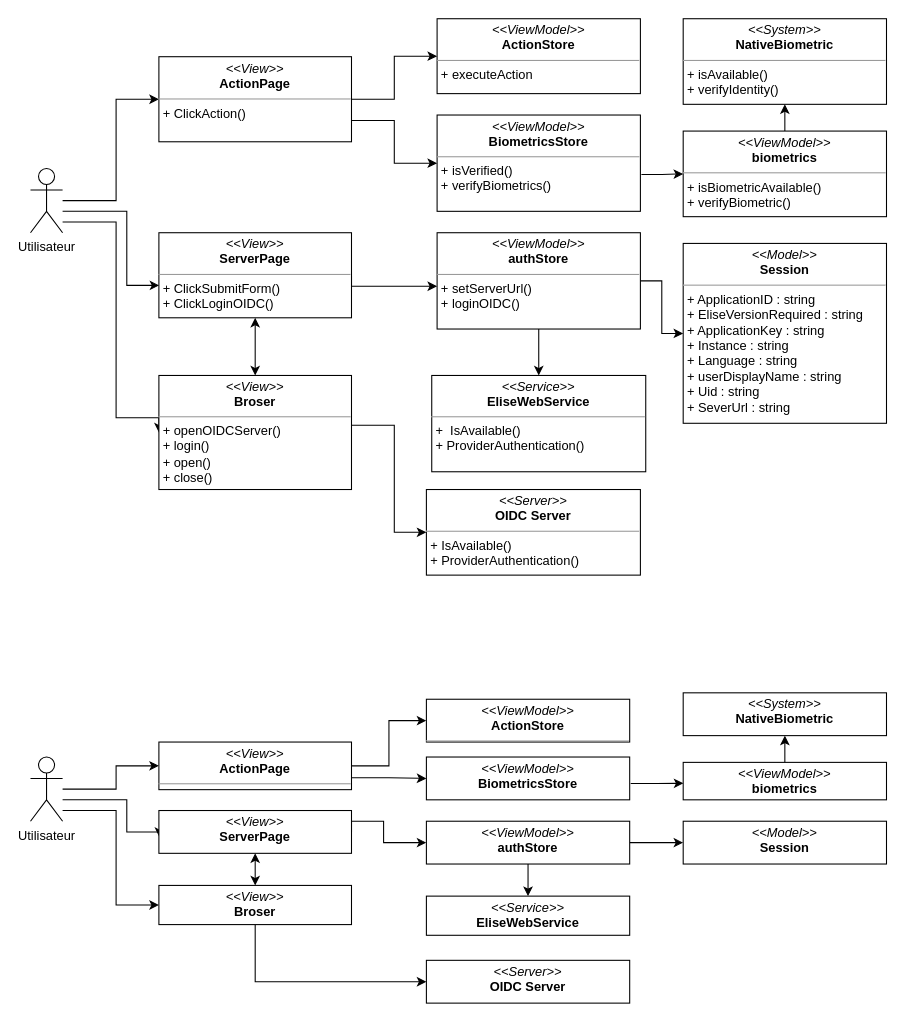
PFE-Neoledge-2023/rapport keeps this draw.io diagram as dccSprint5.drawio. Above is the earlier version. Source tidied: cells renumbered, new cells numbered last; positions are measured from the earlier drawing's top-left corner, leaving out a move shared by most shapes. Both pictures are drawn from the tidied source at 107%, with x=0, y=0 at pixel (30, 18).
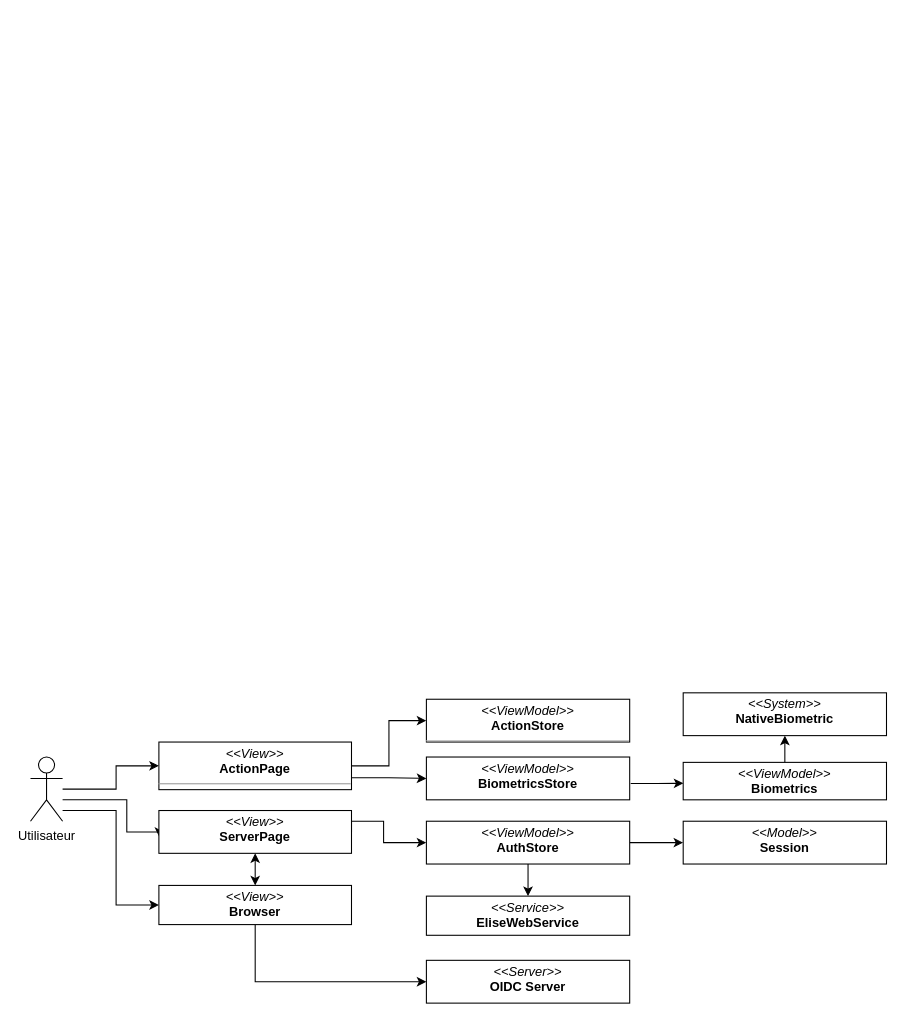
Above is the later version.

The edit, as a diff of the source:
```diff
@@
-    <mxCell id="2" style="edgeStyle=orthogonalEdgeStyle;rounded=0;jettySize=auto;html=1;entryX=0.002;entryY=0.619;entryDx=0;entryDy=0;entryPerimeter=0;" parent="1" edge="1" source="5" target="8">
-      <mxGeometry relative="1" as="geometry">
-        <Array as="points">
-          <mxPoint x="90" y="180" />
-          <mxPoint x="90" y="250" />
-          <mxPoint x="120" y="250" />
-        </Array>
-      </mxGeometry>
-    </mxCell>
-    <mxCell id="3" style="edgeStyle=orthogonalEdgeStyle;html=1;entryX=0;entryY=0.5;entryDx=0;entryDy=0;rounded=0;" parent="1" edge="1" source="5" target="16">
-      <mxGeometry relative="1" as="geometry">
-        <Array as="points">
-          <mxPoint x="80" y="170" />
-          <mxPoint x="80" y="75" />
-        </Array>
-      </mxGeometry>
-    </mxCell>
-    <mxCell id="4" style="edgeStyle=orthogonalEdgeStyle;rounded=0;html=1;entryX=0;entryY=0.5;entryDx=0;entryDy=0;" parent="1" edge="1" source="5" target="24">
-      <mxGeometry relative="1" as="geometry">
-        <Array as="points">
-          <mxPoint x="80" y="190" />
-          <mxPoint x="80" y="373" />
-        </Array>
-      </mxGeometry>
-    </mxCell>
-    <mxCell id="5" value="Utilisateur" style="shape=umlActor;verticalLabelPosition=bottom;verticalAlign=top;html=1;outlineConnect=0;" parent="1" vertex="1">
-      <mxGeometry y="140" width="30" height="60" as="geometry" />
-    </mxCell>
-    <mxCell id="6" style="edgeStyle=orthogonalEdgeStyle;html=1;exitX=1;exitY=0.5;exitDx=0;exitDy=0;startArrow=none;startFill=0;endArrow=classic;endFill=1;rounded=0;" parent="1" edge="1" source="8" target="10">
-      <mxGeometry relative="1" as="geometry">
-        <Array as="points">
-          <mxPoint x="300" y="250" />
-        </Array>
-      </mxGeometry>
-    </mxCell>
-    <mxCell id="7" style="edgeStyle=orthogonalEdgeStyle;rounded=0;html=1;entryX=0.5;entryY=0;entryDx=0;entryDy=0;startArrow=classic;startFill=1;" parent="1" edge="1" source="8" target="24">
-      <mxGeometry relative="1" as="geometry" />
-    </mxCell>
-    <mxCell id="8" value="&lt;p style=&quot;margin:0px;margin-top:4px;text-align:center;&quot;&gt;&lt;i&gt;&amp;lt;&amp;lt;View&amp;gt;&amp;gt;&lt;/i&gt;&lt;br&gt;&lt;b&gt;ServerPage&lt;/b&gt;&lt;/p&gt;&lt;hr style=&quot;border-color: var(--border-color);&quot; size=&quot;1&quot;&gt;&lt;p style=&quot;border-color: var(--border-color); margin: 0px 0px 0px 4px;&quot;&gt;+ ClickSubmitForm()&lt;br&gt;&lt;/p&gt;&lt;p style=&quot;border-color: var(--border-color); margin: 0px 0px 0px 4px;&quot;&gt;+ ClickLoginOIDC()&lt;/p&gt;&lt;p style=&quot;border-color: var(--border-color); margin: 0px 0px 0px 4px;&quot;&gt;&lt;br&gt;&lt;/p&gt;&lt;p style=&quot;border-color: var(--border-color); margin: 0px 0px 0px 4px;&quot;&gt;&lt;br&gt;&lt;/p&gt;" style="verticalAlign=top;align=left;overflow=fill;fontSize=12;fontFamily=Helvetica;html=1;whiteSpace=wrap;" parent="1" vertex="1">
-      <mxGeometry x="120" y="200" width="180" height="79.5" as="geometry" />
-    </mxCell>
-    <mxCell id="9" style="edgeStyle=orthogonalEdgeStyle;rounded=0;jettySize=auto;html=1;startArrow=none;startFill=0;endArrow=classic;endFill=1;" parent="1" edge="1" source="10" target="11">
-      <mxGeometry relative="1" as="geometry" />
-    </mxCell>
-    <mxCell id="10" value="&lt;p style=&quot;margin:0px;margin-top:4px;text-align:center;&quot;&gt;&lt;i&gt;&amp;lt;&amp;lt;ViewModel&amp;gt;&amp;gt;&lt;/i&gt;&lt;br&gt;&lt;b&gt;authStore&lt;/b&gt;&lt;/p&gt;&lt;hr size=&quot;1&quot;&gt;&lt;p style=&quot;margin:0px;margin-left:4px;&quot;&gt;&lt;/p&gt;&lt;p style=&quot;margin:0px;margin-left:4px;&quot;&gt;+ setServerUrl()&lt;/p&gt;&lt;p style=&quot;margin:0px;margin-left:4px;&quot;&gt;+ loginOIDC()&lt;/p&gt;" style="verticalAlign=top;align=left;overflow=fill;fontSize=12;fontFamily=Helvetica;html=1;whiteSpace=wrap;" parent="1" vertex="1">
-      <mxGeometry x="380" y="200" width="190" height="90" as="geometry" />
-    </mxCell>
-    <mxCell id="11" value="&lt;p style=&quot;margin:0px;margin-top:4px;text-align:center;&quot;&gt;&lt;i&gt;&amp;lt;&amp;lt;Model&amp;gt;&amp;gt;&lt;/i&gt;&lt;br&gt;&lt;b&gt;Session&lt;/b&gt;&lt;/p&gt;&lt;hr size=&quot;1&quot;&gt;&lt;p style=&quot;margin:0px;margin-left:4px;&quot;&gt;+ ApplicationID : string&amp;nbsp;&lt;/p&gt;&lt;p style=&quot;margin:0px;margin-left:4px;&quot;&gt;+ EliseVersionRequired : string&lt;/p&gt;&lt;p style=&quot;margin:0px;margin-left:4px;&quot;&gt;+ ApplicationKey : string&lt;/p&gt;&lt;p style=&quot;margin:0px;margin-left:4px;&quot;&gt;+ Instance : string&lt;/p&gt;&lt;p style=&quot;margin:0px;margin-left:4px;&quot;&gt;+ Language : string&lt;/p&gt;&lt;p style=&quot;margin:0px;margin-left:4px;&quot;&gt;+ userDisplayName : string&lt;/p&gt;&lt;p style=&quot;margin:0px;margin-left:4px;&quot;&gt;+ Uid : string&lt;/p&gt;&lt;p style=&quot;margin:0px;margin-left:4px;&quot;&gt;+ SeverUrl : string&amp;nbsp;&amp;nbsp;&lt;/p&gt;&lt;p style=&quot;margin:0px;margin-left:4px;&quot;&gt;&lt;br&gt;&lt;/p&gt;" style="verticalAlign=top;align=left;overflow=fill;fontSize=12;fontFamily=Helvetica;html=1;whiteSpace=wrap;" parent="1" vertex="1">
-      <mxGeometry x="610" y="210" width="190" height="168.1" as="geometry" />
-    </mxCell>
-    <mxCell id="12" style="edgeStyle=orthogonalEdgeStyle;rounded=0;jettySize=auto;html=1;entryX=0.5;entryY=1;entryDx=0;entryDy=0;startArrow=classic;startFill=1;endArrow=none;endFill=0;" parent="1" edge="1" source="13" target="10">
-      <mxGeometry relative="1" as="geometry" />
-    </mxCell>
-    <mxCell id="13" value="&lt;p style=&quot;margin:0px;margin-top:4px;text-align:center;&quot;&gt;&lt;i&gt;&amp;lt;&amp;lt;Service&amp;gt;&amp;gt;&lt;/i&gt;&lt;br&gt;&lt;b&gt;EliseWebService&lt;/b&gt;&lt;/p&gt;&lt;hr size=&quot;1&quot;&gt;&lt;p style=&quot;margin:0px;margin-left:4px;&quot;&gt;&lt;/p&gt;&lt;p style=&quot;margin:0px;margin-left:4px;&quot;&gt;+&amp;nbsp; IsAvailable()&lt;/p&gt;&lt;p style=&quot;margin:0px;margin-left:4px;&quot;&gt;+ ProviderAuthentication()&lt;/p&gt;" style="verticalAlign=top;align=left;overflow=fill;fontSize=12;fontFamily=Helvetica;html=1;whiteSpace=wrap;" parent="1" vertex="1">
-      <mxGeometry x="375" y="333.4" width="200" height="90" as="geometry" />
-    </mxCell>
-    <mxCell id="14" style="edgeStyle=orthogonalEdgeStyle;html=1;exitX=1;exitY=0.5;exitDx=0;exitDy=0;entryX=0;entryY=0.5;entryDx=0;entryDy=0;rounded=0;" parent="1" edge="1" source="16" target="17">
-      <mxGeometry relative="1" as="geometry" />
-    </mxCell>
-    <mxCell id="15" style="edgeStyle=orthogonalEdgeStyle;html=1;entryX=0;entryY=0.5;entryDx=0;entryDy=0;exitX=1;exitY=0.75;exitDx=0;exitDy=0;rounded=0;" parent="1" edge="1" source="16" target="19">
-      <mxGeometry relative="1" as="geometry" />
-    </mxCell>
-    <mxCell id="16" value="&lt;p style=&quot;margin:0px;margin-top:4px;text-align:center;&quot;&gt;&lt;i&gt;&amp;lt;&amp;lt;View&amp;gt;&amp;gt;&lt;/i&gt;&lt;br&gt;&lt;b&gt;ActionPage&lt;/b&gt;&lt;/p&gt;&lt;hr style=&quot;border-color: var(--border-color);&quot; size=&quot;1&quot;&gt;&lt;p style=&quot;border-color: var(--border-color); margin: 0px 0px 0px 4px;&quot;&gt;+ ClickAction()&lt;/p&gt;" style="verticalAlign=top;align=left;overflow=fill;fontSize=12;fontFamily=Helvetica;html=1;whiteSpace=wrap;" parent="1" vertex="1">
-      <mxGeometry x="120" y="35.5" width="180" height="79.5" as="geometry" />
-    </mxCell>
-    <mxCell id="17" value="&lt;p style=&quot;margin:0px;margin-top:4px;text-align:center;&quot;&gt;&lt;i&gt;&amp;lt;&amp;lt;ViewModel&amp;gt;&amp;gt;&lt;/i&gt;&lt;br&gt;&lt;b&gt;ActionStore&lt;/b&gt;&lt;/p&gt;&lt;hr size=&quot;1&quot;&gt;&lt;p style=&quot;margin:0px;margin-left:4px;&quot;&gt;&lt;/p&gt;&lt;p style=&quot;margin:0px;margin-left:4px;&quot;&gt;+ executeAction&lt;/p&gt;" style="verticalAlign=top;align=left;overflow=fill;fontSize=12;fontFamily=Helvetica;html=1;whiteSpace=wrap;" parent="1" vertex="1">
-      <mxGeometry x="380" width="190" height="70" as="geometry" />
-    </mxCell>
-    <mxCell id="18" style="edgeStyle=orthogonalEdgeStyle;rounded=0;html=1;entryX=0;entryY=0.5;entryDx=0;entryDy=0;exitX=1.005;exitY=0.617;exitDx=0;exitDy=0;exitPerimeter=0;" parent="1" edge="1" source="19" target="21">
-      <mxGeometry relative="1" as="geometry" />
-    </mxCell>
-    <mxCell id="19" value="&lt;p style=&quot;margin:0px;margin-top:4px;text-align:center;&quot;&gt;&lt;i&gt;&amp;lt;&amp;lt;ViewModel&amp;gt;&amp;gt;&lt;/i&gt;&lt;br&gt;&lt;b&gt;BiometricsStore&lt;/b&gt;&lt;/p&gt;&lt;hr size=&quot;1&quot;&gt;&lt;p style=&quot;margin:0px;margin-left:4px;&quot;&gt;&lt;/p&gt;&lt;p style=&quot;margin:0px;margin-left:4px;&quot;&gt;+ isVerified()&lt;/p&gt;&lt;p style=&quot;margin:0px;margin-left:4px;&quot;&gt;+ verifyBiometrics()&lt;/p&gt;" style="verticalAlign=top;align=left;overflow=fill;fontSize=12;fontFamily=Helvetica;html=1;whiteSpace=wrap;" parent="1" vertex="1">
-      <mxGeometry x="380" y="90" width="190" height="90" as="geometry" />
-    </mxCell>
-    <mxCell id="20" style="edgeStyle=orthogonalEdgeStyle;rounded=0;html=1;entryX=0.5;entryY=1;entryDx=0;entryDy=0;" parent="1" edge="1" source="21" target="22">
-      <mxGeometry relative="1" as="geometry" />
-    </mxCell>
-    <mxCell id="21" value="&lt;p style=&quot;margin:0px;margin-top:4px;text-align:center;&quot;&gt;&lt;i&gt;&amp;lt;&amp;lt;ViewModel&amp;gt;&amp;gt;&lt;/i&gt;&lt;br&gt;&lt;b&gt;biometrics&lt;/b&gt;&lt;/p&gt;&lt;hr size=&quot;1&quot;&gt;&lt;p style=&quot;margin:0px;margin-left:4px;&quot;&gt;&lt;/p&gt;&lt;p style=&quot;margin:0px;margin-left:4px;&quot;&gt;+ isBiometricAvailable()&lt;br&gt;&lt;/p&gt;&lt;p style=&quot;margin:0px;margin-left:4px;&quot;&gt;+ verifyBiometric()&lt;/p&gt;" style="verticalAlign=top;align=left;overflow=fill;fontSize=12;fontFamily=Helvetica;html=1;whiteSpace=wrap;" parent="1" vertex="1">
-      <mxGeometry x="610" y="105" width="190" height="80" as="geometry" />
-    </mxCell>
-    <mxCell id="22" value="&lt;p style=&quot;margin:0px;margin-top:4px;text-align:center;&quot;&gt;&lt;i&gt;&amp;lt;&amp;lt;System&amp;gt;&amp;gt;&lt;/i&gt;&lt;br&gt;&lt;b&gt;NativeBiometric&lt;/b&gt;&lt;/p&gt;&lt;hr size=&quot;1&quot;&gt;&lt;p style=&quot;margin:0px;margin-left:4px;&quot;&gt;&lt;/p&gt;&lt;p style=&quot;margin:0px;margin-left:4px;&quot;&gt;+ isAvailable()&lt;br&gt;&lt;/p&gt;&lt;p style=&quot;margin:0px;margin-left:4px;&quot;&gt;+ verifyIdentity()&lt;/p&gt;" style="verticalAlign=top;align=left;overflow=fill;fontSize=12;fontFamily=Helvetica;html=1;whiteSpace=wrap;" parent="1" vertex="1">
-      <mxGeometry x="610" width="190" height="80" as="geometry" />
-    </mxCell>
-    <mxCell id="23" style="edgeStyle=orthogonalEdgeStyle;rounded=0;html=1;entryX=0;entryY=0.5;entryDx=0;entryDy=0;" parent="1" edge="1" source="24" target="25">
-      <mxGeometry relative="1" as="geometry">
-        <Array as="points">
-          <mxPoint x="340" y="380" />
-          <mxPoint x="340" y="480" />
-        </Array>
-      </mxGeometry>
-    </mxCell>
-    <mxCell id="24" value="&lt;p style=&quot;margin:0px;margin-top:4px;text-align:center;&quot;&gt;&lt;i&gt;&amp;lt;&amp;lt;View&amp;gt;&amp;gt;&lt;/i&gt;&lt;br&gt;&lt;b&gt;Broser&lt;/b&gt;&lt;/p&gt;&lt;hr style=&quot;border-color: var(--border-color);&quot; size=&quot;1&quot;&gt;&lt;p style=&quot;border-color: var(--border-color); margin: 0px 0px 0px 4px;&quot;&gt;+ openOIDCServer()&lt;br&gt;&lt;/p&gt;&lt;p style=&quot;border-color: var(--border-color); margin: 0px 0px 0px 4px;&quot;&gt;+ login()&lt;/p&gt;&lt;p style=&quot;border-color: var(--border-color); margin: 0px 0px 0px 4px;&quot;&gt;+ open()&lt;/p&gt;&lt;p style=&quot;border-color: var(--border-color); margin: 0px 0px 0px 4px;&quot;&gt;+ close()&lt;/p&gt;&lt;p style=&quot;border-color: var(--border-color); margin: 0px 0px 0px 4px;&quot;&gt;&lt;br&gt;&lt;/p&gt;&lt;p style=&quot;border-color: var(--border-color); margin: 0px 0px 0px 4px;&quot;&gt;&lt;br&gt;&lt;/p&gt;" style="verticalAlign=top;align=left;overflow=fill;fontSize=12;fontFamily=Helvetica;html=1;whiteSpace=wrap;" parent="1" vertex="1">
-      <mxGeometry x="120" y="333.4" width="180" height="106.6" as="geometry" />
-    </mxCell>
-    <mxCell id="25" value="&lt;p style=&quot;margin:0px;margin-top:4px;text-align:center;&quot;&gt;&lt;i&gt;&amp;lt;&amp;lt;Server&amp;gt;&amp;gt;&lt;/i&gt;&lt;br&gt;&lt;b&gt;OIDC Server&lt;/b&gt;&lt;/p&gt;&lt;hr size=&quot;1&quot;&gt;&lt;p style=&quot;margin:0px;margin-left:4px;&quot;&gt;&lt;/p&gt;&lt;p style=&quot;margin:0px;margin-left:4px;&quot;&gt;+ IsAvailable()&lt;/p&gt;&lt;p style=&quot;margin:0px;margin-left:4px;&quot;&gt;+ ProviderAuthentication()&lt;/p&gt;" style="verticalAlign=top;align=left;overflow=fill;fontSize=12;fontFamily=Helvetica;html=1;whiteSpace=wrap;" parent="1" vertex="1">
-      <mxGeometry x="370" y="440" width="200" height="80" as="geometry" />
-    </mxCell>
@@
-    <mxCell id="34" value="&lt;p style=&quot;margin:0px;margin-top:4px;text-align:center;&quot;&gt;&lt;i&gt;&amp;lt;&amp;lt;ViewModel&amp;gt;&amp;gt;&lt;/i&gt;&lt;br&gt;&lt;b&gt;authStore&lt;/b&gt;&lt;/p&gt;&lt;p style=&quot;margin:0px;margin-left:4px;&quot;&gt;&lt;br&gt;&lt;/p&gt;" style="verticalAlign=top;align=left;overflow=fill;fontSize=12;fontFamily=Helvetica;html=1;whiteSpace=wrap;" parent="1" vertex="1">
+    <mxCell id="34" value="&lt;p style=&quot;margin:0px;margin-top:4px;text-align:center;&quot;&gt;&lt;i&gt;&amp;lt;&amp;lt;ViewModel&amp;gt;&amp;gt;&lt;/i&gt;&lt;br&gt;&lt;b&gt;AuthStore&lt;/b&gt;&lt;/p&gt;&lt;p style=&quot;margin:0px;margin-left:4px;&quot;&gt;&lt;br&gt;&lt;/p&gt;" style="verticalAlign=top;align=left;overflow=fill;fontSize=12;fontFamily=Helvetica;html=1;whiteSpace=wrap;" parent="1" vertex="1">
       <mxGeometry x="370" y="750" width="190" height="40" as="geometry" />
     </mxCell>
@@
-    <mxCell id="45" value="&lt;p style=&quot;margin:0px;margin-top:4px;text-align:center;&quot;&gt;&lt;i&gt;&amp;lt;&amp;lt;ViewModel&amp;gt;&amp;gt;&lt;/i&gt;&lt;br&gt;&lt;b&gt;biometrics&lt;/b&gt;&lt;/p&gt;&lt;p style=&quot;margin:0px;margin-left:4px;&quot;&gt;&lt;br&gt;&lt;/p&gt;" style="verticalAlign=top;align=left;overflow=fill;fontSize=12;fontFamily=Helvetica;html=1;whiteSpace=wrap;" parent="1" vertex="1">
+    <mxCell id="45" value="&lt;p style=&quot;margin:0px;margin-top:4px;text-align:center;&quot;&gt;&lt;i&gt;&amp;lt;&amp;lt;ViewModel&amp;gt;&amp;gt;&lt;/i&gt;&lt;br&gt;&lt;b&gt;Biometrics&lt;/b&gt;&lt;/p&gt;&lt;p style=&quot;margin:0px;margin-left:4px;&quot;&gt;&lt;br&gt;&lt;/p&gt;" style="verticalAlign=top;align=left;overflow=fill;fontSize=12;fontFamily=Helvetica;html=1;whiteSpace=wrap;" parent="1" vertex="1">
       <mxGeometry x="610" y="695" width="190" height="35" as="geometry" />
     </mxCell>
@@
-    <mxCell id="48" value="&lt;p style=&quot;margin:0px;margin-top:4px;text-align:center;&quot;&gt;&lt;i&gt;&amp;lt;&amp;lt;View&amp;gt;&amp;gt;&lt;/i&gt;&lt;br&gt;&lt;b&gt;Broser&lt;/b&gt;&lt;/p&gt;&lt;p style=&quot;border-color: var(--border-color); margin: 0px 0px 0px 4px;&quot;&gt;&lt;br&gt;&lt;/p&gt;&lt;p style=&quot;border-color: var(--border-color); margin: 0px 0px 0px 4px;&quot;&gt;&lt;br&gt;&lt;/p&gt;&lt;p style=&quot;border-color: var(--border-color); margin: 0px 0px 0px 4px;&quot;&gt;&lt;br&gt;&lt;/p&gt;" style="verticalAlign=top;align=left;overflow=fill;fontSize=12;fontFamily=Helvetica;html=1;whiteSpace=wrap;" parent="1" vertex="1">
+    <mxCell id="48" value="&lt;p style=&quot;margin:0px;margin-top:4px;text-align:center;&quot;&gt;&lt;i&gt;&amp;lt;&amp;lt;View&amp;gt;&amp;gt;&lt;/i&gt;&lt;br&gt;&lt;b&gt;Browser&lt;/b&gt;&lt;br&gt;&lt;/p&gt;&lt;p style=&quot;border-color: var(--border-color); margin: 0px 0px 0px 4px;&quot;&gt;&lt;br&gt;&lt;/p&gt;&lt;p style=&quot;border-color: var(--border-color); margin: 0px 0px 0px 4px;&quot;&gt;&lt;br&gt;&lt;/p&gt;&lt;p style=&quot;border-color: var(--border-color); margin: 0px 0px 0px 4px;&quot;&gt;&lt;br&gt;&lt;/p&gt;" style="verticalAlign=top;align=left;overflow=fill;fontSize=12;fontFamily=Helvetica;html=1;whiteSpace=wrap;" parent="1" vertex="1">
       <mxGeometry x="120" y="810" width="180" height="36.6" as="geometry" />
     </mxCell>
```
